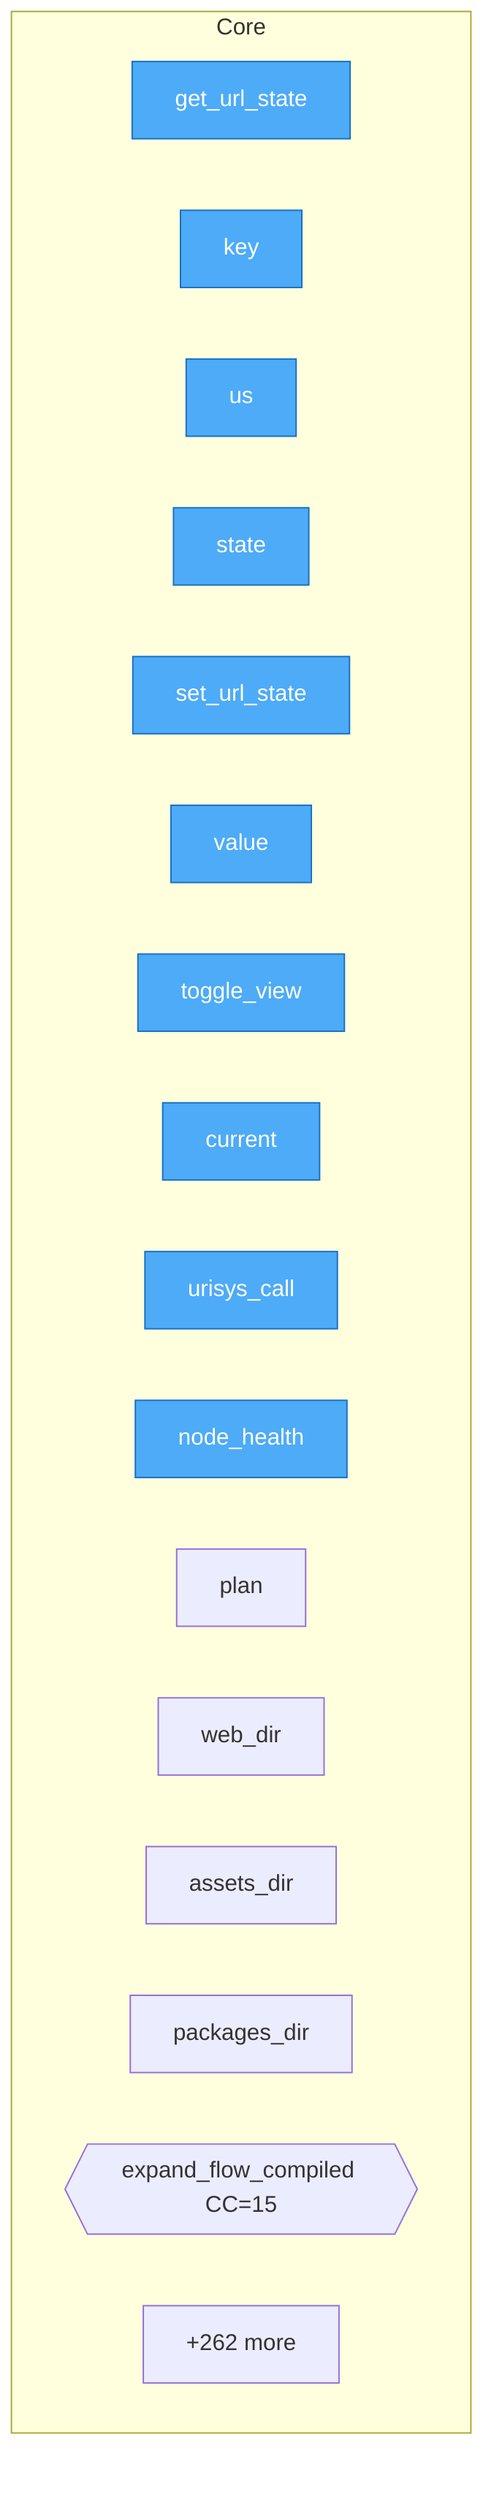
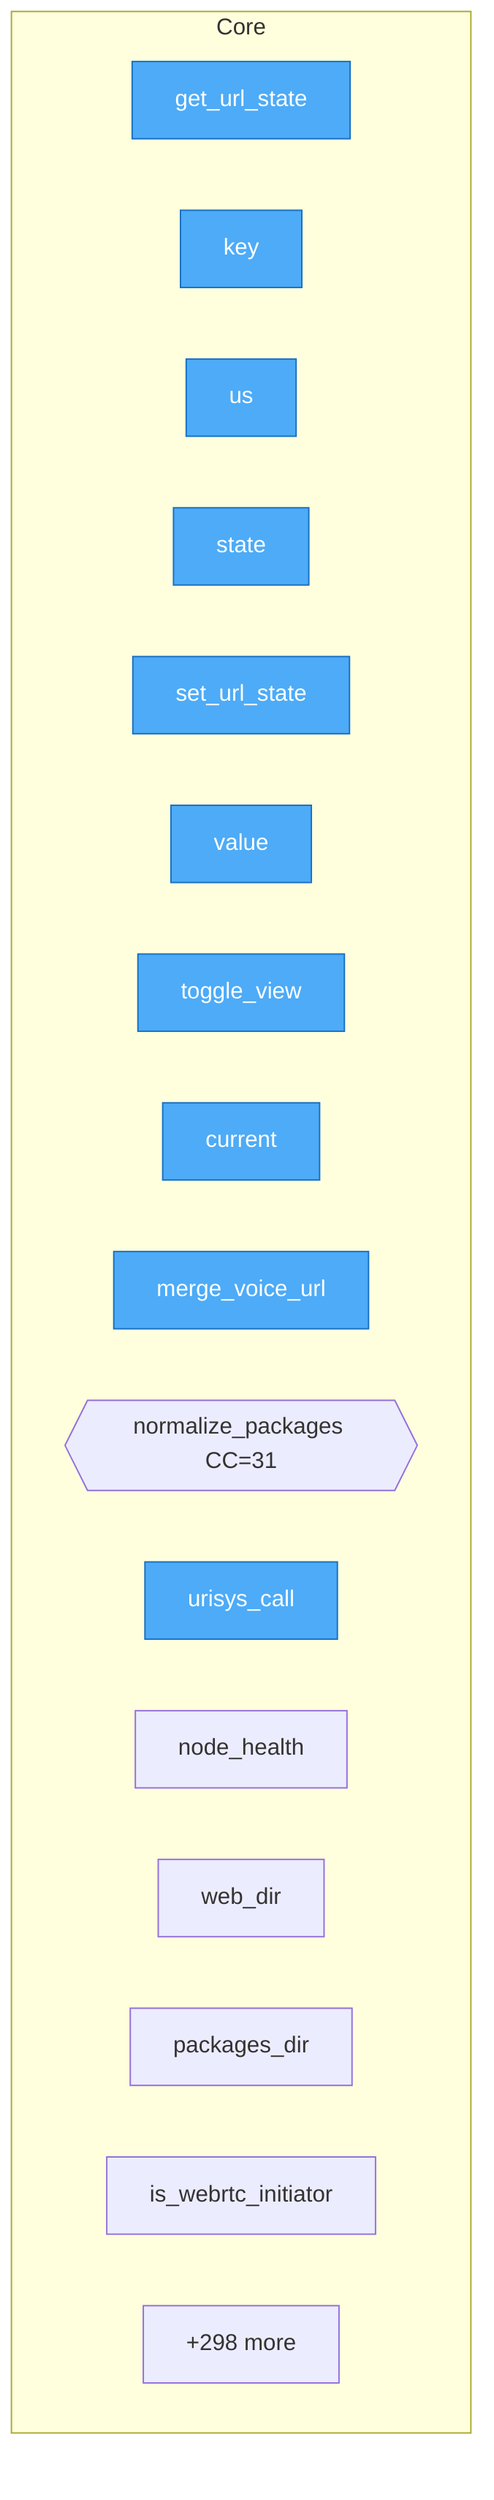
flowchart TD
- %% generated in 0.02s
+ %% generated in 0.01s

    %% Entry points (blue)
    classDef entry fill:#4dabf7,stroke:#1971c2,color:#fff

    subgraph Core
        packages__ifuri_page__handlers__get_url_state["get_url_state"]
        packages__ifuri_page__handlers__key["key"]
        packages__ifuri_page__handlers__us["us"]
        packages__ifuri_page__handlers__state["state"]
        packages__ifuri_page__handlers__set_url_state["set_url_state"]
        packages__ifuri_page__handlers__value["value"]
        packages__ifuri_page__handlers__toggle_view["toggle_view"]
        packages__ifuri_page__handlers__current["current"]
+         src__ifuri_app__url_params__merge_voice_url["merge_voice_url"]
+         src__ifuri_app__connect_store__normalize_packages{{normalize_packages CC=31}}
        packages__ifuri_bridge__handlers__urisys_call__urisys_call["urisys_call"]
        packages__ifuri_bridge__handlers__urisys_call__node_health["node_health"]
-         packages__ifuri_voice__handlers__plan__plan["plan"]
        src__ifuri_app__paths__web_dir["web_dir"]
-         src__ifuri_app__paths__assets_dir["assets_dir"]
        src__ifuri_app__paths__packages_dir["packages_dir"]
-         src__ifuri_app__flow_compile__expand_flow_compiled{{expand_flow_compiled CC=15}}
-         ...["+262 more"]
+         src__ifuri_app__webrtc_signal__is_webrtc_initiator["is_webrtc_initiator"]
+         ...["+298 more"]
    end

-     class packages__ifuri_page__handlers__get_url_state,packages__ifuri_page__handlers__key,packages__ifuri_page__handlers__us,packages__ifuri_page__handlers__state,packages__ifuri_page__handlers__set_url_state,packages__ifuri_page__handlers__value,packages__ifuri_page__handlers__toggle_view,packages__ifuri_page__handlers__current,packages__ifuri_bridge__handlers__urisys_call__urisys_call,packages__ifuri_bridge__handlers__urisys_call__node_health entry
+     class packages__ifuri_page__handlers__get_url_state,packages__ifuri_page__handlers__key,packages__ifuri_page__handlers__us,packages__ifuri_page__handlers__state,packages__ifuri_page__handlers__set_url_state,packages__ifuri_page__handlers__value,packages__ifuri_page__handlers__toggle_view,packages__ifuri_page__handlers__current,src__ifuri_app__url_params__merge_voice_url,packages__ifuri_bridge__handlers__urisys_call__urisys_call entry
